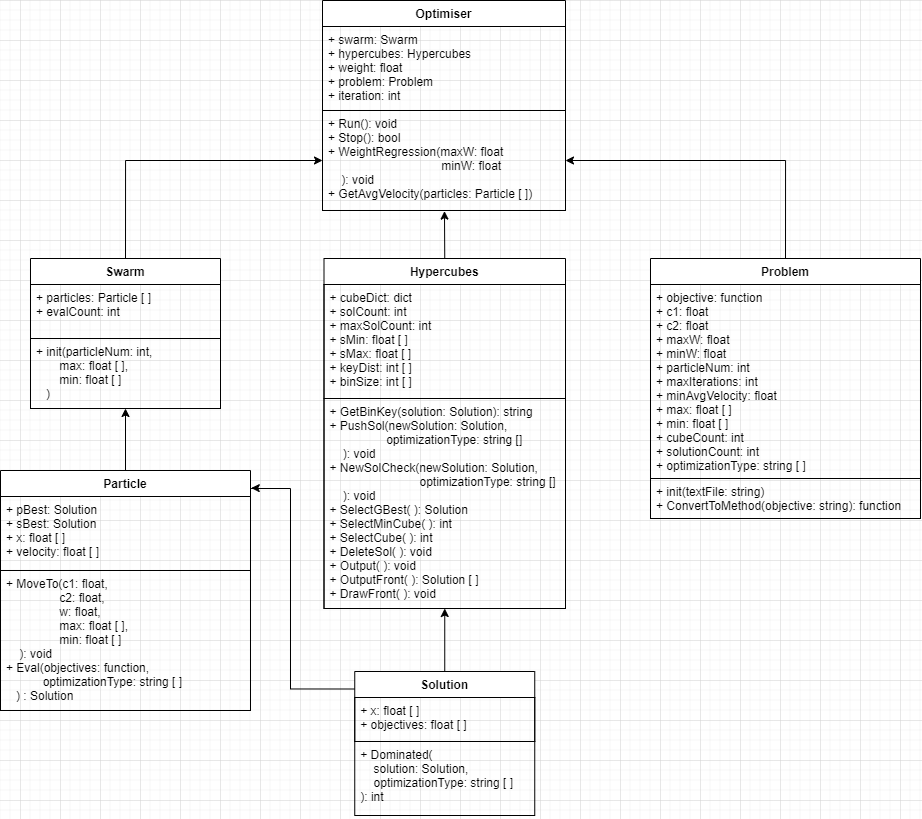
Before: doc/classes.png, a diagram exported from draw.io (ryant4333/WIL_KJO). Source tidied: cells renumbered, new cells last; positions are measured from the earlier drawing's top-left corner, leaving out a move shared by most shapes.
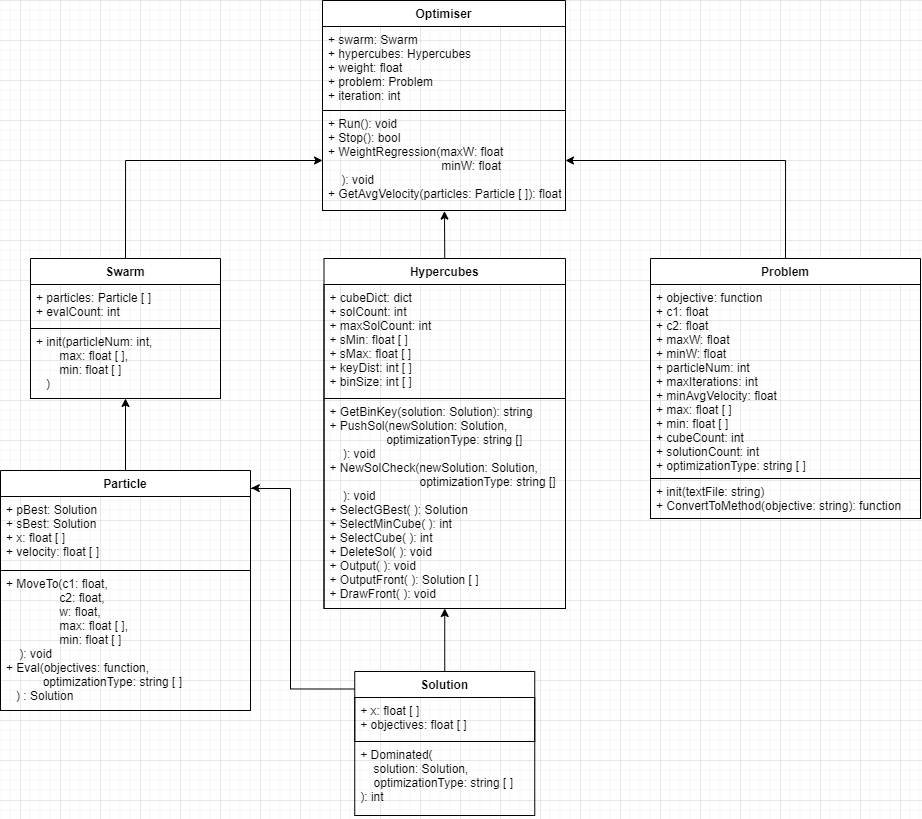
Later version of the same file.

Commit message:
Tweak to the UML (forgot to add a type)

The edit, as a diff of the source:
```diff
@@ -56,13 +56,13 @@
       <mxGeometry y="26" width="180" height="44" as="geometry" />
     </mxCell>
     <mxCell id="17" value="Swarm" style="swimlane;fontStyle=1;align=center;verticalAlign=top;horizontal=1;startSize=26;" parent="1" vertex="1">
-      <mxGeometry x="30" y="258" width="190" height="150" as="geometry" />
+      <mxGeometry x="30" y="258" width="190" height="140" as="geometry" />
     </mxCell>
     <mxCell id="18" value="+ particles: Particle [ ] &#10;+ evalCount: int" style="text;fillColor=none;align=left;verticalAlign=top;spacingLeft=4;spacingRight=4;overflow=hidden;fontColor=#000000;strokeColor=#000000;" parent="17" vertex="1">
-      <mxGeometry y="26" width="190" height="54" as="geometry" />
+      <mxGeometry y="26" width="190" height="44" as="geometry" />
     </mxCell>
     <mxCell id="19" value="+ init(particleNum: int, &#10;       max: float [ ],&#10;       min: float [ ]&#10;   )" style="text;fillColor=none;align=left;verticalAlign=top;spacingLeft=4;spacingRight=4;overflow=hidden;points=[[0,0.5],[1,0.5]];portConstraint=eastwest;fontColor=#000000;strokeColor=#000000;" parent="17" vertex="1">
-      <mxGeometry y="80" width="190" height="70" as="geometry" />
+      <mxGeometry y="70" width="190" height="70" as="geometry" />
     </mxCell>
     <mxCell id="20" value="Particle" style="swimlane;fontStyle=1;align=center;verticalAlign=top;horizontal=1;startSize=26;strokeColor=#000000;" parent="1" vertex="1">
       <mxGeometry y="470" width="250" height="240" as="geometry" />
@@ -79,7 +79,7 @@
     <mxCell id="24" value="+ swarm: Swarm&#10;+ hypercubes: Hypercubes&#10;+ weight: float&#10;+ problem: Problem&#10;+ iteration: int" style="text;fillColor=none;align=left;verticalAlign=top;spacingLeft=4;spacingRight=4;overflow=hidden;fontColor=#000000;strokeColor=#000000;" parent="23" vertex="1">
       <mxGeometry y="26" width="243" height="84" as="geometry" />
     </mxCell>
-    <mxCell id="25" value="+ Run(): void&#10;+ Stop(): bool&#10;+ WeightRegression(maxW: float&#10;                                  minW: float &#10;    ): void&#10;+ GetAvgVelocity(particles: Particle [ ])&#10;" style="text;fillColor=none;align=left;verticalAlign=top;spacingLeft=4;spacingRight=4;overflow=hidden;points=[[0,0.5],[1,0.5]];portConstraint=eastwest;fontColor=#000000;strokeColor=#000000;" parent="23" vertex="1">
+    <mxCell id="25" value="+ Run(): void&#10;+ Stop(): bool&#10;+ WeightRegression(maxW: float&#10;                                  minW: float &#10;    ): void&#10;+ GetAvgVelocity(particles: Particle [ ]): float&#10;" style="text;fillColor=none;align=left;verticalAlign=top;spacingLeft=4;spacingRight=4;overflow=hidden;points=[[0,0.5],[1,0.5]];portConstraint=eastwest;fontColor=#000000;strokeColor=#000000;" parent="23" vertex="1">
       <mxGeometry y="110" width="243" height="100" as="geometry" />
     </mxCell>
   </root>
```
